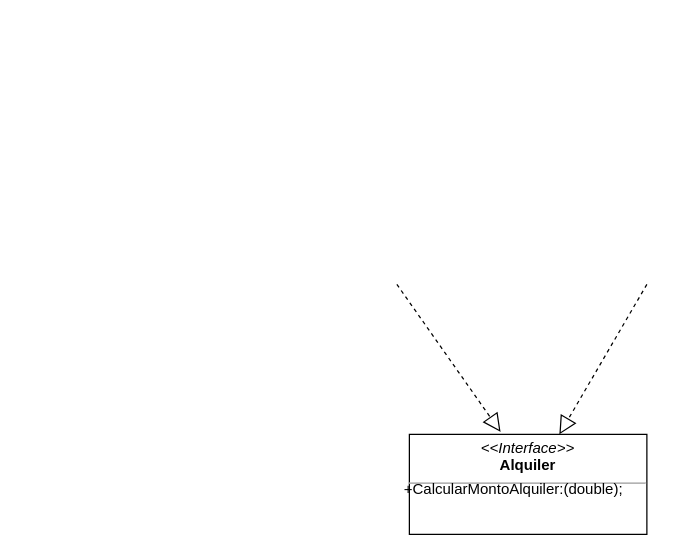
The draw.io diagram src/sistemaAlqulierEmbarcación.drawio in Mariayey12/EJERCICIOWORKSHOPPROGRAMACIONORIENTADA-OBJECTOS, before the edit. Source tidied: cells renumbered, new cells numbered last; positions are measured from the earlier drawing's top-left corner, leaving out a move shared by most shapes. Both pictures are drawn from the tidied source at 125%, with x=0, y=0 at pixel (396, 284).
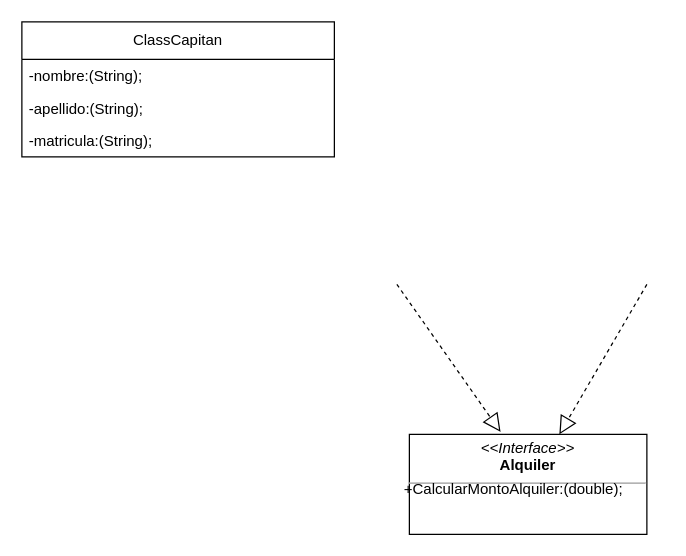
The same page after the edit.

Diff of the diagram source:
```diff
@@
 <mxGraphModel>
   <root>
     <mxCell id="0" />
     <mxCell id="1" parent="0" />
     <mxCell id="2" value="&lt;p style=&quot;margin:0px;margin-top:4px;text-align:center;&quot;&gt;&lt;i&gt;&amp;lt;&amp;lt;Interface&amp;gt;&amp;gt;&lt;/i&gt;&lt;br&gt;&lt;b&gt;Alquiler&lt;/b&gt;&lt;/p&gt;&lt;hr size=&quot;1&quot;&gt;&lt;p style=&quot;margin:0px;margin-left:4px;&quot;&gt;&lt;br&gt;&lt;/p&gt;" style="verticalAlign=top;align=left;overflow=fill;fontSize=12;fontFamily=Helvetica;html=1;whiteSpace=wrap;" parent="1" vertex="1">
       <mxGeometry x="10" y="120" width="190" height="80" as="geometry" />
     </mxCell>
     <mxCell id="3" value="+CalcularMontoAlquiler:(double);" style="text;strokeColor=none;fillColor=none;align=left;verticalAlign=top;spacingLeft=4;spacingRight=4;overflow=hidden;whiteSpace=wrap;html=1;" parent="1" vertex="1">
       <mxGeometry y="150" width="190" height="43" as="geometry" />
     </mxCell>
     <mxCell id="4" style="endArrow=block;dashed=1;endFill=0;endSize=12;html=1;rounded=0;entryX=0.384;entryY=-0.025;entryDx=0;entryDy=0;entryPerimeter=0;" parent="1" edge="1" target="2">
       <mxGeometry relative="1" as="geometry">
         <mxPoint as="sourcePoint" />
       </mxGeometry>
     </mxCell>
     <mxCell id="5" style="endArrow=block;dashed=1;endFill=0;endSize=12;html=1;rounded=0;" parent="1" edge="1">
       <mxGeometry relative="1" as="geometry">
         <mxPoint x="200" as="sourcePoint" />
         <mxPoint x="130" y="120" as="targetPoint" />
       </mxGeometry>
     </mxCell>
+    <mxCell id="6" value="ClassCapitan" style="swimlane;fontStyle=0;horizontal=1;startSize=30;fillColor=none;whiteSpace=wrap;html=1;" parent="1" vertex="1">
+      <mxGeometry x="-300" y="-210" width="250" height="108" as="geometry" />
+    </mxCell>
+    <mxCell id="7" value="-nombre:(String);&lt;br&gt;" style="text;strokeColor=none;fillColor=none;align=left;verticalAlign=top;spacingLeft=4;spacingRight=4;overflow=hidden;whiteSpace=wrap;html=1;" parent="6" vertex="1">
+      <mxGeometry y="30" width="250" height="26" as="geometry" />
+    </mxCell>
+    <mxCell id="8" value="-apellido:(String);&lt;br&gt;" style="text;strokeColor=none;fillColor=none;align=left;verticalAlign=top;spacingLeft=4;spacingRight=4;overflow=hidden;whiteSpace=wrap;html=1;" parent="6" vertex="1">
+      <mxGeometry y="56" width="250" height="26" as="geometry" />
+    </mxCell>
+    <mxCell id="9" value="-matricula:(String);" style="text;strokeColor=none;fillColor=none;align=left;verticalAlign=top;spacingLeft=4;spacingRight=4;overflow=hidden;whiteSpace=wrap;html=1;" parent="6" vertex="1">
+      <mxGeometry y="82" width="250" height="26" as="geometry" />
+    </mxCell>
   </root>
 </mxGraphModel>
```
